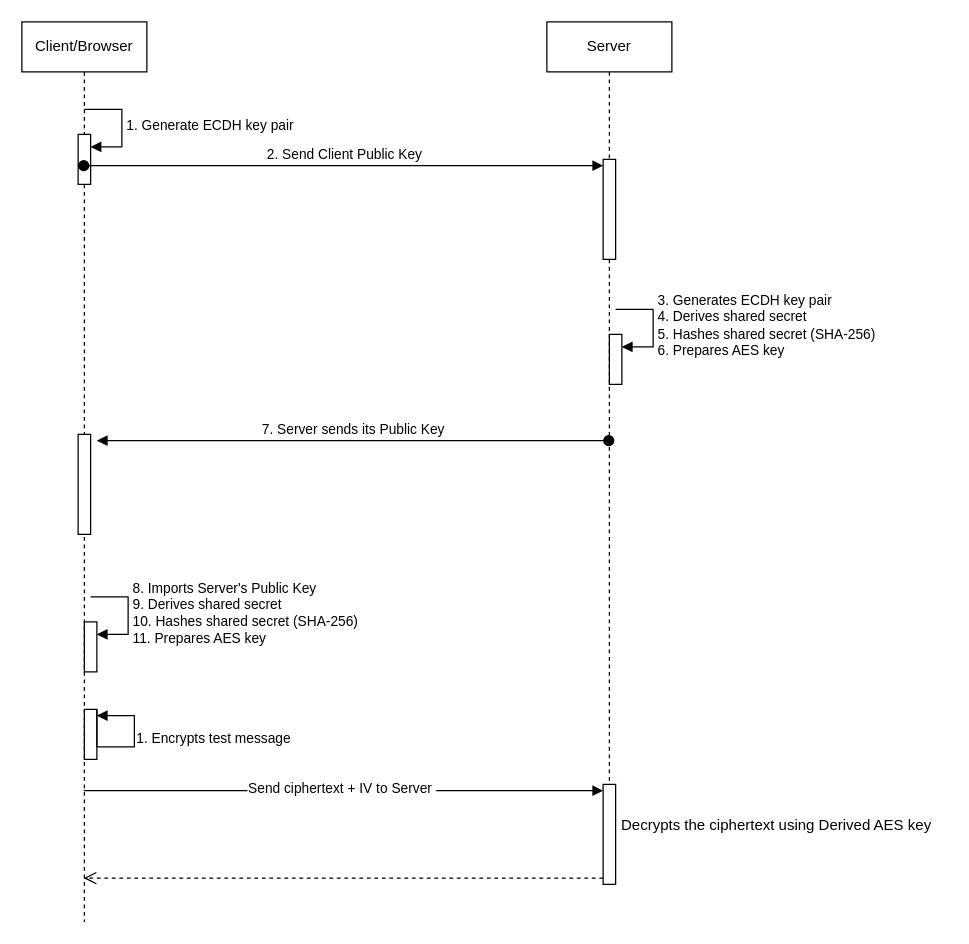
Earlier version of the draw.io diagram hybrid-cryptography/Untitled Diagram.drawio (m-thirumal/cryptography). Source tidied: cells renumbered, new cells numbered last; positions are measured from the earlier drawing's top-left corner, leaving out a move shared by most shapes. Both pictures are drawn from the tidied source at 125%, with x=0, y=0 at pixel (21, 21).
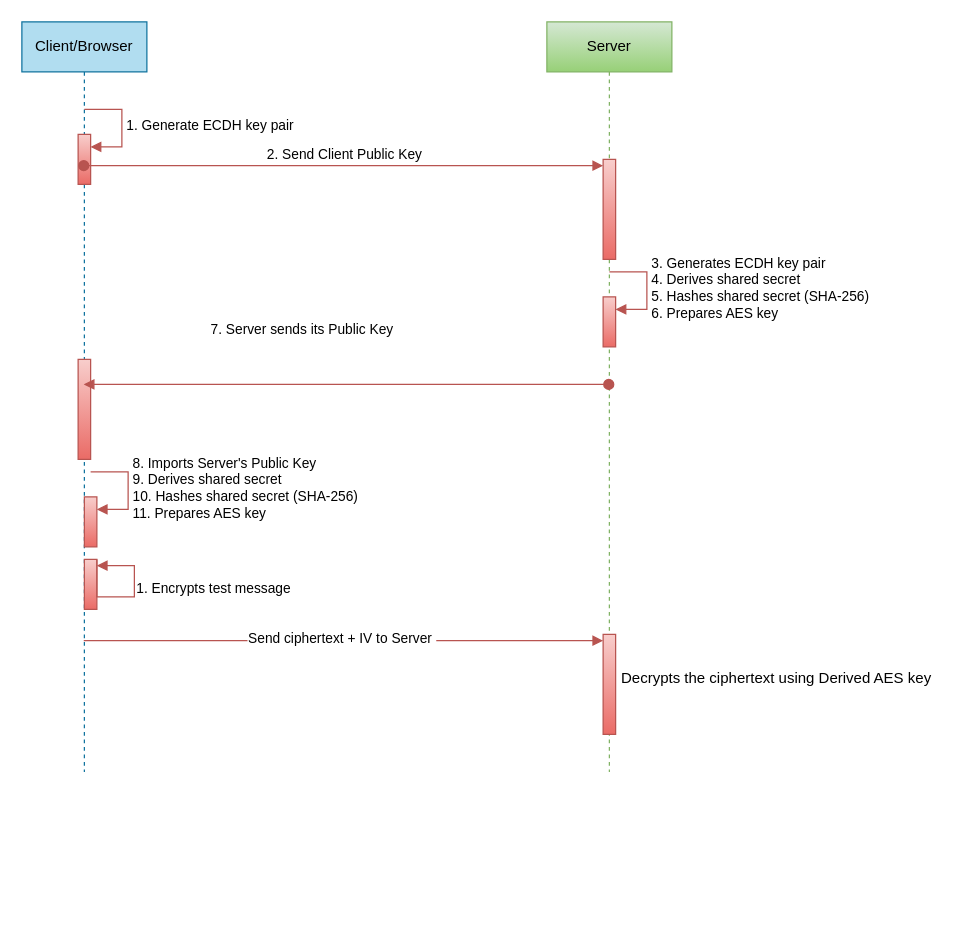
The same diagram, later.

The edit, as a diff of the source:
```diff
@@
-    <mxCell id="2" value="Client/Browser" style="shape=umlLifeline;perimeter=lifelinePerimeter;whiteSpace=wrap;html=1;outlineConnect=0;portConstraint=eastwest;newEdgeStyle={&quot;curved&quot;:0,&quot;rounded&quot;:0};" parent="1" vertex="1">
-      <mxGeometry width="100" height="720" as="geometry" />
+    <mxCell id="2" value="Client/Browser" style="shape=umlLifeline;perimeter=lifelinePerimeter;whiteSpace=wrap;html=1;outlineConnect=0;portConstraint=eastwest;newEdgeStyle={&quot;curved&quot;:0,&quot;rounded&quot;:0};fillColor=#b1ddf0;strokeColor=#10739e;" parent="1" vertex="1">
+      <mxGeometry width="100" height="600" as="geometry" />
     </mxCell>
-    <mxCell id="3" style="html=1;points=[[0,0,0,0,5],[0,1,0,0,-5],[1,0,0,0,5],[1,1,0,0,-5]];perimeter=orthogonalPerimeter;outlineConnect=0;targetShapes=umlLifeline;portConstraint=eastwest;newEdgeStyle={&quot;curved&quot;:0,&quot;rounded&quot;:0};" parent="2" vertex="1">
+    <mxCell id="3" style="html=1;points=[[0,0,0,0,5],[0,1,0,0,-5],[1,0,0,0,5],[1,1,0,0,-5]];perimeter=orthogonalPerimeter;outlineConnect=0;targetShapes=umlLifeline;portConstraint=eastwest;newEdgeStyle={&quot;curved&quot;:0,&quot;rounded&quot;:0};fillColor=#f8cecc;gradientColor=#ea6b66;strokeColor=#b85450;" parent="2" vertex="1">
       <mxGeometry x="45" y="90" width="10" height="40" as="geometry" />
     </mxCell>
-    <mxCell id="4" value="1. Generate ECDH key pair" style="html=1;align=left;spacingLeft=2;endArrow=block;rounded=0;edgeStyle=orthogonalEdgeStyle;curved=0;rounded=0;" parent="2" edge="1" target="3">
+    <mxCell id="4" value="1. Generate ECDH key pair" style="html=1;align=left;spacingLeft=2;endArrow=block;rounded=0;edgeStyle=orthogonalEdgeStyle;curved=0;rounded=0;fillColor=#f8cecc;gradientColor=#ea6b66;strokeColor=#b85450;" parent="2" edge="1" target="3">
       <mxGeometry relative="1" as="geometry">
         <mxPoint x="50" y="70" as="sourcePoint" />
         <Array as="points">
           <mxPoint x="80" y="100" />
         </Array>
       </mxGeometry>
     </mxCell>
-    <mxCell id="5" style="html=1;perimeter=orthogonalPerimeter;targetShapes=umlLifeline;newEdgeStyle={&quot;curved&quot;:0,&quot;rounded&quot;:0};" parent="2" vertex="1">
-      <mxGeometry x="45" y="330" width="10" height="80" as="geometry" />
+    <mxCell id="5" style="html=1;perimeter=orthogonalPerimeter;targetShapes=umlLifeline;newEdgeStyle={&quot;curved&quot;:0,&quot;rounded&quot;:0};fillColor=#f8cecc;gradientColor=#ea6b66;strokeColor=#b85450;" parent="2" vertex="1">
+      <mxGeometry x="45" y="270" width="10" height="80" as="geometry" />
     </mxCell>
-    <mxCell id="6" style="html=1;points=[[0,0,0,0,5],[0,1,0,0,-5],[1,0,0,0,5],[1,1,0,0,-5]];perimeter=orthogonalPerimeter;outlineConnect=0;targetShapes=umlLifeline;portConstraint=eastwest;newEdgeStyle={&quot;curved&quot;:0,&quot;rounded&quot;:0};" parent="2" vertex="1">
-      <mxGeometry x="50" y="480" width="10" height="40" as="geometry" />
+    <mxCell id="6" style="html=1;points=[[0,0,0,0,5],[0,1,0,0,-5],[1,0,0,0,5],[1,1,0,0,-5]];perimeter=orthogonalPerimeter;outlineConnect=0;targetShapes=umlLifeline;portConstraint=eastwest;newEdgeStyle={&quot;curved&quot;:0,&quot;rounded&quot;:0};fillColor=#f8cecc;gradientColor=#ea6b66;strokeColor=#b85450;" parent="2" vertex="1">
+      <mxGeometry x="50" y="380" width="10" height="40" as="geometry" />
     </mxCell>
-    <mxCell id="7" value="&lt;div&gt;8. Imports Server's Public Key&lt;/div&gt;&lt;div&gt;9. Derives shared secret&lt;/div&gt;&lt;div&gt;10. Hashes shared secret (SHA-256)&lt;/div&gt;&lt;div&gt;11. Prepares AES key&lt;/div&gt;" style="html=1;align=left;spacingLeft=2;endArrow=block;rounded=0;edgeStyle=orthogonalEdgeStyle;curved=0;rounded=0;" parent="2" edge="1" target="6">
+    <mxCell id="7" value="&lt;div&gt;8. Imports Server's Public Key&lt;/div&gt;&lt;div&gt;9. Derives shared secret&lt;/div&gt;&lt;div&gt;10. Hashes shared secret (SHA-256)&lt;/div&gt;&lt;div&gt;11. Prepares AES key&lt;/div&gt;" style="html=1;align=left;spacingLeft=2;endArrow=block;rounded=0;edgeStyle=orthogonalEdgeStyle;curved=0;rounded=0;fillColor=#f8cecc;gradientColor=#ea6b66;strokeColor=#b85450;" parent="2" edge="1" target="6">
       <mxGeometry relative="1" as="geometry">
-        <mxPoint x="55" y="460" as="sourcePoint" />
+        <mxPoint x="55" y="360" as="sourcePoint" />
         <Array as="points">
-          <mxPoint x="85" y="490" />
+          <mxPoint x="85" y="390" />
         </Array>
       </mxGeometry>
     </mxCell>
-    <mxCell id="8" style="html=1;points=[[0,0,0,0,5],[0,1,0,0,-5],[1,0,0,0,5],[1,1,0,0,-5]];perimeter=orthogonalPerimeter;outlineConnect=0;targetShapes=umlLifeline;portConstraint=eastwest;newEdgeStyle={&quot;curved&quot;:0,&quot;rounded&quot;:0};" parent="2" vertex="1">
-      <mxGeometry x="50" y="550" width="10" height="40" as="geometry" />
+    <mxCell id="8" style="html=1;points=[[0,0,0,0,5],[0,1,0,0,-5],[1,0,0,0,5],[1,1,0,0,-5]];perimeter=orthogonalPerimeter;outlineConnect=0;targetShapes=umlLifeline;portConstraint=eastwest;newEdgeStyle={&quot;curved&quot;:0,&quot;rounded&quot;:0};fillColor=#f8cecc;gradientColor=#ea6b66;strokeColor=#b85450;" parent="2" vertex="1">
+      <mxGeometry x="50" y="430" width="10" height="40" as="geometry" />
     </mxCell>
-    <mxCell id="9" value="&lt;div&gt;1. Encrypts test message&lt;/div&gt;&lt;div&gt;&lt;br&gt;&lt;/div&gt;" style="html=1;align=left;spacingLeft=2;endArrow=block;rounded=0;edgeStyle=orthogonalEdgeStyle;curved=0;rounded=0;entryX=1;entryY=0;entryDx=0;entryDy=5;entryPerimeter=0;" parent="2" edge="1" target="8">
+    <mxCell id="9" value="&lt;div&gt;1. Encrypts test message&lt;/div&gt;&lt;div&gt;&lt;br&gt;&lt;/div&gt;" style="html=1;align=left;spacingLeft=2;endArrow=block;rounded=0;edgeStyle=orthogonalEdgeStyle;curved=0;rounded=0;entryX=1;entryY=0;entryDx=0;entryDy=5;entryPerimeter=0;fillColor=#f8cecc;gradientColor=#ea6b66;strokeColor=#b85450;" parent="2" edge="1" target="8">
       <mxGeometry relative="1" as="geometry">
-        <mxPoint x="60" y="550" as="sourcePoint" />
+        <mxPoint x="60" y="430" as="sourcePoint" />
         <Array as="points">
-          <mxPoint x="60" y="580" />
-          <mxPoint x="90" y="580" />
-          <mxPoint x="90" y="555" />
+          <mxPoint x="60" y="460" />
+          <mxPoint x="90" y="460" />
+          <mxPoint x="90" y="435" />
         </Array>
       </mxGeometry>
     </mxCell>
-    <mxCell id="10" value="Server" style="shape=umlLifeline;perimeter=lifelinePerimeter;whiteSpace=wrap;html=1;outlineConnect=0;portConstraint=eastwest;newEdgeStyle={&quot;curved&quot;:0,&quot;rounded&quot;:0};" parent="1" vertex="1">
-      <mxGeometry x="420" width="100" height="670" as="geometry" />
+    <mxCell id="10" value="Server" style="shape=umlLifeline;perimeter=lifelinePerimeter;whiteSpace=wrap;html=1;outlineConnect=0;portConstraint=eastwest;newEdgeStyle={&quot;curved&quot;:0,&quot;rounded&quot;:0};fillColor=#d5e8d4;gradientColor=#97d077;strokeColor=#82b366;" parent="1" vertex="1">
+      <mxGeometry x="420" width="100" height="600" as="geometry" />
     </mxCell>
-    <mxCell id="11" style="html=1;points=[[0,0,0,0,5],[0,1,0,0,-5],[1,0,0,0,5],[1,1,0,0,-5]];perimeter=orthogonalPerimeter;outlineConnect=0;targetShapes=umlLifeline;portConstraint=eastwest;newEdgeStyle={&quot;curved&quot;:0,&quot;rounded&quot;:0};" parent="10" vertex="1">
+    <mxCell id="11" style="html=1;points=[[0,0,0,0,5],[0,1,0,0,-5],[1,0,0,0,5],[1,1,0,0,-5]];perimeter=orthogonalPerimeter;outlineConnect=0;targetShapes=umlLifeline;portConstraint=eastwest;newEdgeStyle={&quot;curved&quot;:0,&quot;rounded&quot;:0};fillColor=#f8cecc;gradientColor=#ea6b66;strokeColor=#b85450;" parent="10" vertex="1">
       <mxGeometry x="45" y="110" width="10" height="80" as="geometry" />
     </mxCell>
-    <mxCell id="12" style="html=1;points=[[0,0,0,0,5],[0,1,0,0,-5],[1,0,0,0,5],[1,1,0,0,-5]];perimeter=orthogonalPerimeter;outlineConnect=0;targetShapes=umlLifeline;portConstraint=eastwest;newEdgeStyle={&quot;curved&quot;:0,&quot;rounded&quot;:0};" parent="10" vertex="1">
-      <mxGeometry x="50" y="250" width="10" height="40" as="geometry" />
+    <mxCell id="12" style="html=1;points=[[0,0,0,0,5],[0,1,0,0,-5],[1,0,0,0,5],[1,1,0,0,-5]];perimeter=orthogonalPerimeter;outlineConnect=0;targetShapes=umlLifeline;portConstraint=eastwest;newEdgeStyle={&quot;curved&quot;:0,&quot;rounded&quot;:0};fillColor=#f8cecc;gradientColor=#ea6b66;strokeColor=#b85450;" parent="10" vertex="1">
+      <mxGeometry x="45" y="220" width="10" height="40" as="geometry" />
     </mxCell>
-    <mxCell id="13" value="&lt;div&gt;3. Generates ECDH key pair&lt;/div&gt;&lt;div&gt;4. Derives shared secret&lt;/div&gt;&lt;div&gt;5. Hashes shared secret (SHA-256)&lt;/div&gt;&lt;div&gt;6. Prepares AES key&lt;/div&gt;" style="html=1;align=left;spacingLeft=2;endArrow=block;rounded=0;edgeStyle=orthogonalEdgeStyle;curved=0;rounded=0;" parent="10" edge="1" target="12">
+    <mxCell id="13" value="&lt;div&gt;3. Generates ECDH key pair&lt;/div&gt;&lt;div&gt;4. Derives shared secret&lt;/div&gt;&lt;div&gt;5. Hashes shared secret (SHA-256)&lt;/div&gt;&lt;div&gt;6. Prepares AES key&lt;/div&gt;" style="html=1;align=left;spacingLeft=2;endArrow=block;rounded=0;edgeStyle=orthogonalEdgeStyle;curved=0;rounded=0;fillColor=#f8cecc;gradientColor=#ea6b66;strokeColor=#b85450;" parent="10" edge="1" target="12">
       <mxGeometry relative="1" as="geometry">
-        <mxPoint x="55" y="230" as="sourcePoint" />
+        <mxPoint x="50" y="200" as="sourcePoint" />
         <Array as="points">
-          <mxPoint x="85" y="260" />
+          <mxPoint x="80" y="230" />
         </Array>
       </mxGeometry>
     </mxCell>
-    <mxCell id="14" style="html=1;points=[[0,0,0,0,5],[0,1,0,0,-5],[1,0,0,0,5],[1,1,0,0,-5]];perimeter=orthogonalPerimeter;outlineConnect=0;targetShapes=umlLifeline;portConstraint=eastwest;newEdgeStyle={&quot;curved&quot;:0,&quot;rounded&quot;:0};" parent="10" vertex="1">
-      <mxGeometry x="45" y="610" width="10" height="80" as="geometry" />
+    <mxCell id="14" style="html=1;points=[[0,0,0,0,5],[0,1,0,0,-5],[1,0,0,0,5],[1,1,0,0,-5]];perimeter=orthogonalPerimeter;outlineConnect=0;targetShapes=umlLifeline;portConstraint=eastwest;newEdgeStyle={&quot;curved&quot;:0,&quot;rounded&quot;:0};fillColor=#f8cecc;gradientColor=#ea6b66;strokeColor=#b85450;" parent="10" vertex="1">
+      <mxGeometry x="45" y="490" width="10" height="80" as="geometry" />
     </mxCell>
-    <mxCell id="15" value="2. Send Client Public Key" style="html=1;verticalAlign=bottom;startArrow=oval;endArrow=block;startSize=8;curved=0;rounded=0;entryX=0;entryY=0;entryDx=0;entryDy=5;" parent="1" edge="1" source="2" target="11">
+    <mxCell id="15" value="2. Send Client Public Key" style="html=1;verticalAlign=bottom;startArrow=oval;endArrow=block;startSize=8;curved=0;rounded=0;entryX=0;entryY=0;entryDx=0;entryDy=5;fillColor=#f8cecc;gradientColor=#ea6b66;strokeColor=#b85450;" parent="1" edge="1" source="2" target="11">
       <mxGeometry relative="1" as="geometry" />
     </mxCell>
-    <mxCell id="16" value="7. Server sends its Public Key" style="html=1;verticalAlign=bottom;startArrow=oval;endArrow=block;startSize=8;curved=0;rounded=0;" parent="1" edge="1" source="10">
-      <mxGeometry relative="1" as="geometry">
-        <mxPoint x="60" y="335" as="targetPoint" />
+    <mxCell id="16" value="7. Server sends its Public Key" style="html=1;verticalAlign=bottom;startArrow=oval;endArrow=block;startSize=8;curved=0;rounded=0;fillColor=#f8cecc;gradientColor=#ea6b66;strokeColor=#b85450;" parent="1" edge="1" source="10" target="2">
+      <mxGeometry x="0.17" y="-35" relative="1" as="geometry">
+        <Array as="points">
+          <mxPoint x="370" y="290" />
+          <mxPoint x="260" y="290" />
+        </Array>
       </mxGeometry>
     </mxCell>
-    <mxCell id="17" style="html=1;verticalAlign=bottom;endArrow=block;curved=0;rounded=0;entryX=0;entryY=0;entryDx=0;entryDy=5;" parent="1" edge="1" source="2" target="14">
-      <mxGeometry relative="1" as="geometry" />
+    <mxCell id="17" style="html=1;verticalAlign=bottom;endArrow=block;curved=0;rounded=0;entryX=0;entryY=0;entryDx=0;entryDy=5;fillColor=#f8cecc;gradientColor=#ea6b66;strokeColor=#b85450;" parent="1" edge="1" target="14">
+      <mxGeometry relative="1" as="geometry">
+        <mxPoint x="49.5" y="495" as="sourcePoint" />
+      </mxGeometry>
     </mxCell>
@@
-    <mxCell id="19" style="html=1;verticalAlign=bottom;endArrow=open;dashed=1;endSize=8;curved=0;rounded=0;exitX=0;exitY=1;exitDx=0;exitDy=-5;" parent="1" edge="1" source="14" target="2">
-      <mxGeometry relative="1" as="geometry" />
-    </mxCell>
     <mxCell id="20" value="&amp;nbsp; &amp;nbsp; &amp;nbsp; &amp;nbsp; &amp;nbsp; &amp;nbsp; &amp;nbsp; &amp;nbsp; &amp;nbsp; &amp;nbsp; &amp;nbsp; &amp;nbsp; &amp;nbsp; &amp;nbsp; &amp;nbsp; &amp;nbsp; &amp;nbsp; &amp;nbsp; &amp;nbsp; &amp;nbsp; &amp;nbsp; &amp;nbsp; &amp;nbsp; &amp;nbsp; &amp;nbsp; &amp;nbsp; &amp;nbsp; &amp;nbsp; &amp;nbsp; &amp;nbsp; &amp;nbsp; &amp;nbsp; &amp;nbsp; &amp;nbsp; &amp;nbsp; &amp;nbsp; &amp;nbsp; Decrypts the ciphertext using Derived AES key" style="text;html=1;align=center;verticalAlign=middle;strokeColor=none;fillColor=none;" parent="1" vertex="1">
-      <mxGeometry x="220" y="628" width="520" height="30" as="geometry" />
+      <mxGeometry x="220" y="510" width="520" height="30" as="geometry" />
     </mxCell>
```
